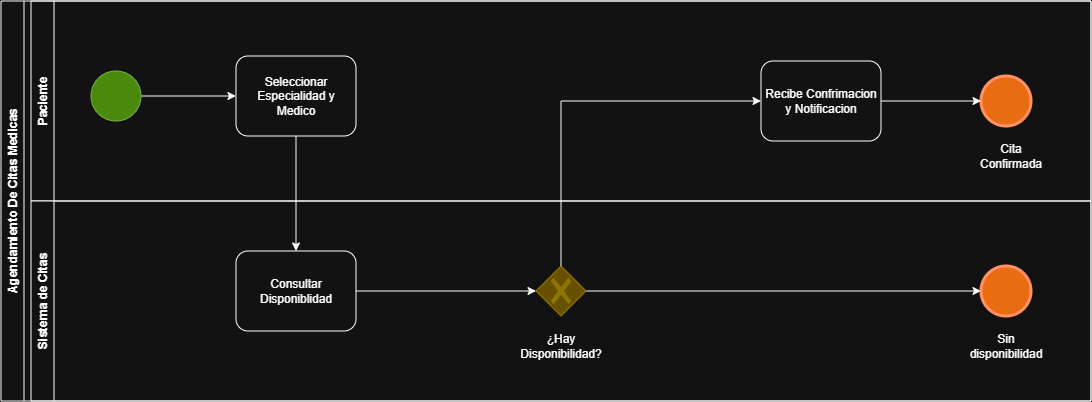
Earlier version of the draw.io export clase/Modelo.drawio.png (Simon-Montoya/AREM-Taller_1_BPMN). Source tidied: cells renumbered, new cells last; positions are measured from the earlier drawing's top-left corner, leaving out a move shared by most shapes.
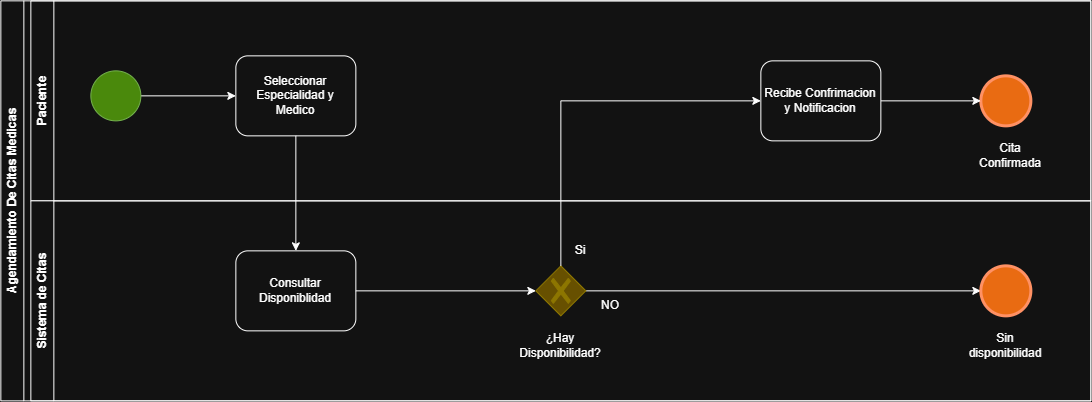
After the commit.

What changed in the source:
```diff
@@ -59,5 +59,11 @@
     <mxCell id="20" value="Agendamiento De Citas Medicas" style="swimlane;horizontal=0;whiteSpace=wrap;html=1;" parent="1" vertex="1">
       <mxGeometry width="1090" height="400" as="geometry" />
     </mxCell>
+    <mxCell id="21" value="Si" style="text;html=1;strokeColor=none;fillColor=none;align=center;verticalAlign=middle;whiteSpace=wrap;rounded=0;" parent="20" vertex="1">
+      <mxGeometry x="540" y="235" width="80" height="30" as="geometry" />
+    </mxCell>
+    <mxCell id="22" value="NO" style="text;html=1;strokeColor=none;fillColor=none;align=center;verticalAlign=middle;whiteSpace=wrap;rounded=0;" parent="20" vertex="1">
+      <mxGeometry x="570" y="290" width="80" height="30" as="geometry" />
+    </mxCell>
   </root>
 </mxGraphModel>
```
